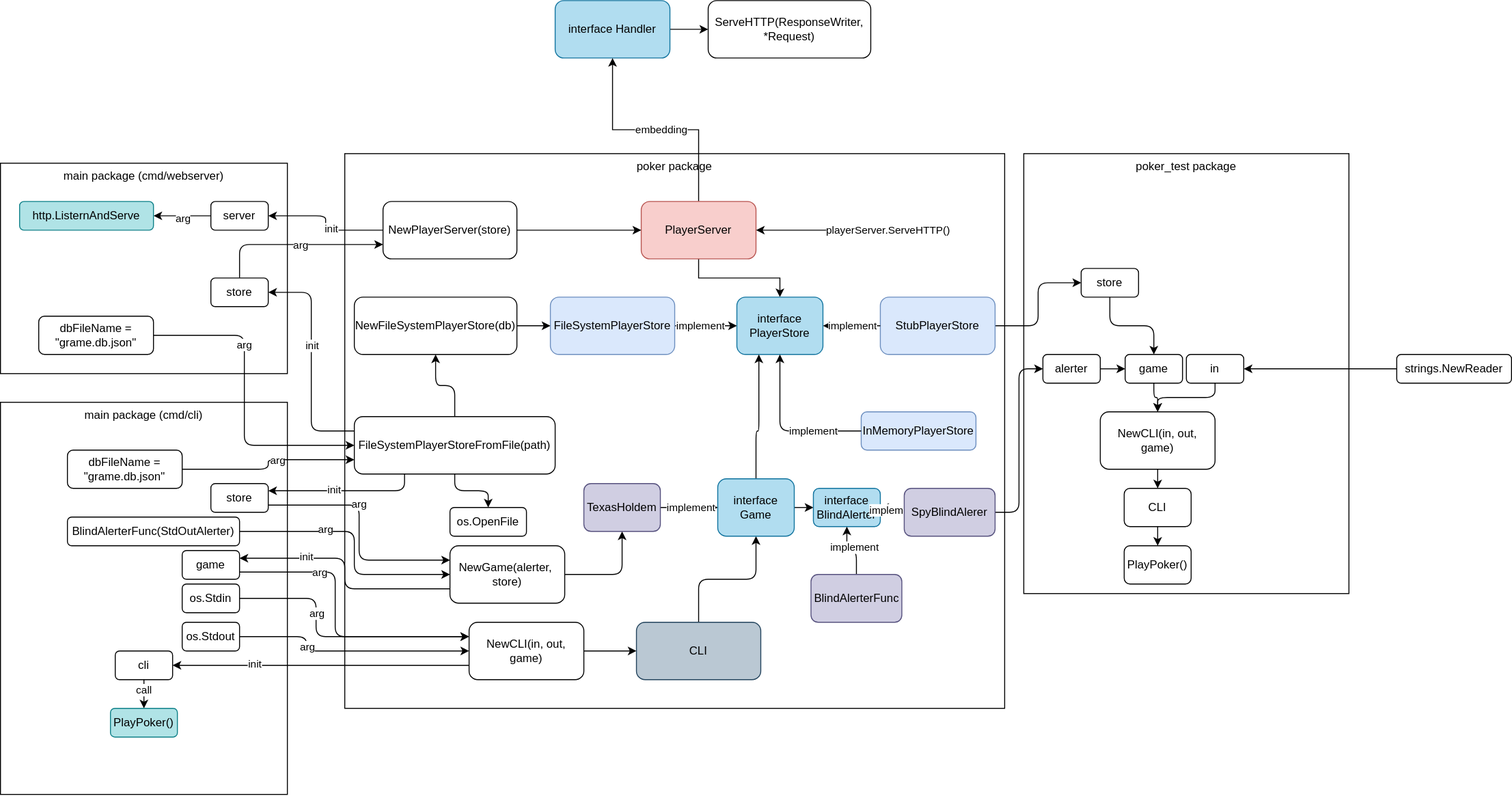
Earlier version of the draw.io export learn-go-with-tests/02-build-an-application/docs/step24.drawio.svg (nakamasato/golang-training). Source tidied: cells renumbered, new cells last; positions are measured from the earlier drawing's top-left corner, leaving out a move shared by most shapes.
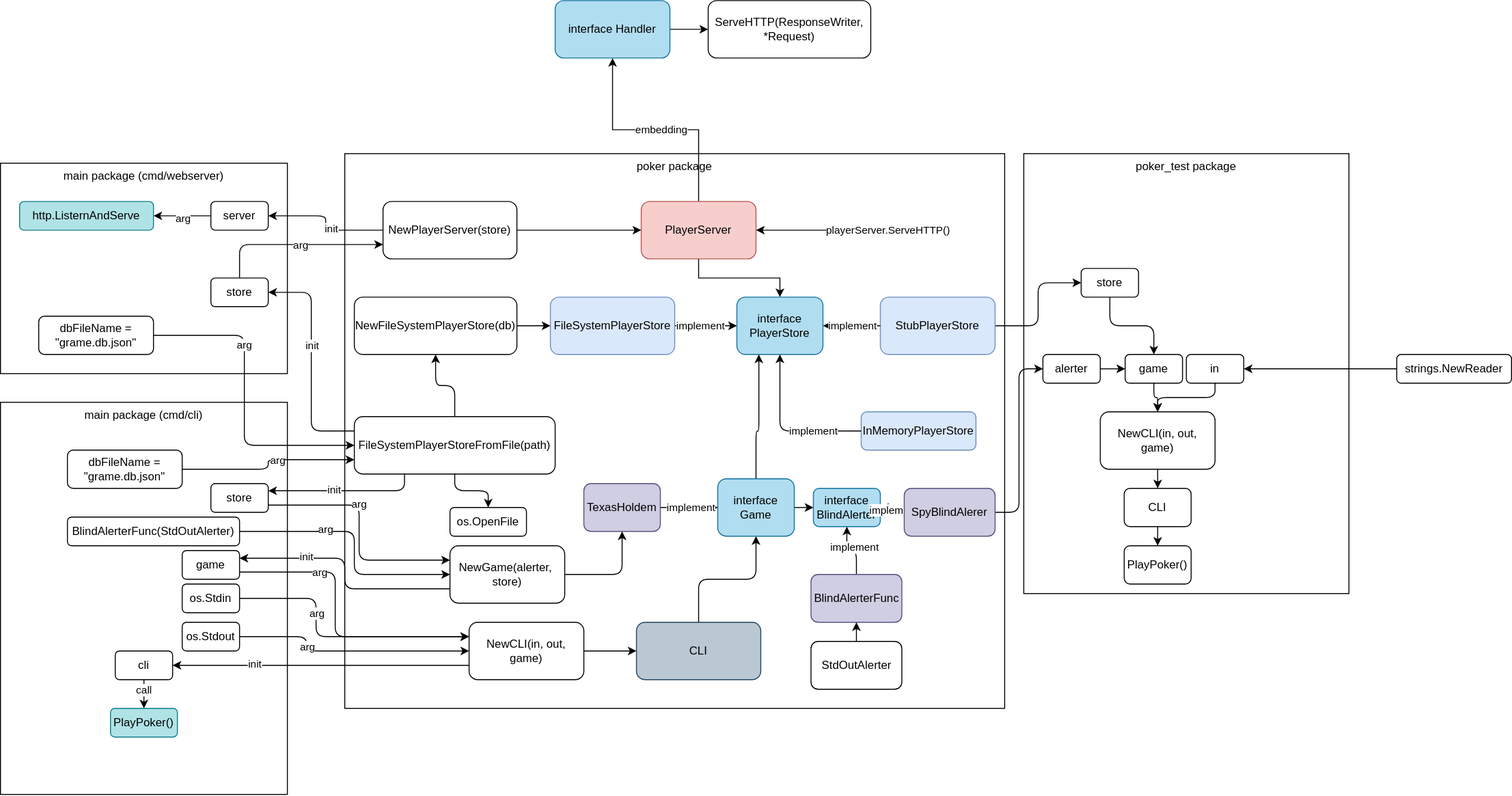
Later version of the same file.

Commit message:
[learn go with tests][02-build-an-application] Websockets Step 28: Add alertDestination to ScheduleAlertAt

The edit, as a diff of the source:
```diff
@@ -400,5 +400,11 @@
     <mxCell id="110" value="alerter" style="rounded=1;whiteSpace=wrap;html=1;verticalAlign=middle;" parent="1" vertex="1">
       <mxGeometry x="1090" y="370" width="60" height="30" as="geometry" />
     </mxCell>
+    <mxCell id="111" style="edgeStyle=orthogonalEdgeStyle;html=1;" parent="1" edge="1" source="112" target="102">
+      <mxGeometry relative="1" as="geometry" />
+    </mxCell>
+    <mxCell id="112" value="StdOutAlerter" style="whiteSpace=wrap;html=1;rounded=1;" parent="1" vertex="1">
+      <mxGeometry x="847.5" y="670" width="95" height="50" as="geometry" />
+    </mxCell>
   </root>
 </mxGraphModel>
```
